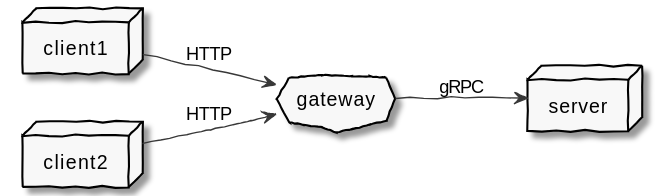
The PlantUML diagram 2021-12-20-from-http-to-grpc/assets/step2.svg in sorcererxw/talks, before a commit.
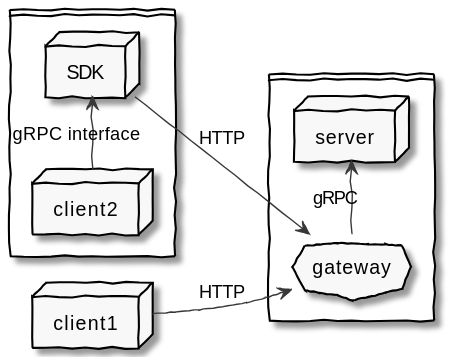
The same diagram one commit later.

The edit, as a diff of the source:
```diff
@@ -5,12 +5,17 @@
 left to right direction
 
 node client1
-node client2
-cloud gateway
-node server
-
+card {
+  node client2
+  node SDK
+}
+card {
+  cloud gateway
+  node server
+}
 client1-->gateway : HTTP
-client2-->gateway : HTTP
-gateway-->server: gRPC
+client2->SDK: gRPC interface
+SDK-->gateway : HTTP
+gateway->server: gRPC
 
 @enduml
```
